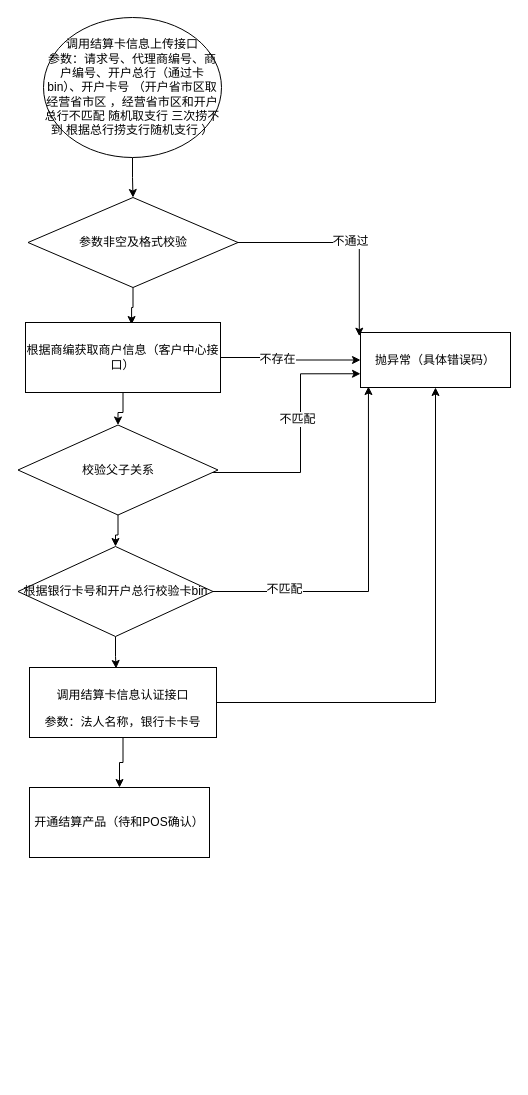
Before: 提交结算卡信息开通结算.drawio in cp0802/drawioRep, a draw.io diagram. Source tidied: cells renumbered, new cells numbered last; positions are measured from the earlier drawing's top-left corner, leaving out a move shared by most shapes. Both pictures are drawn from the tidied source at 100%, with x=0, y=0 at pixel (18, 17).
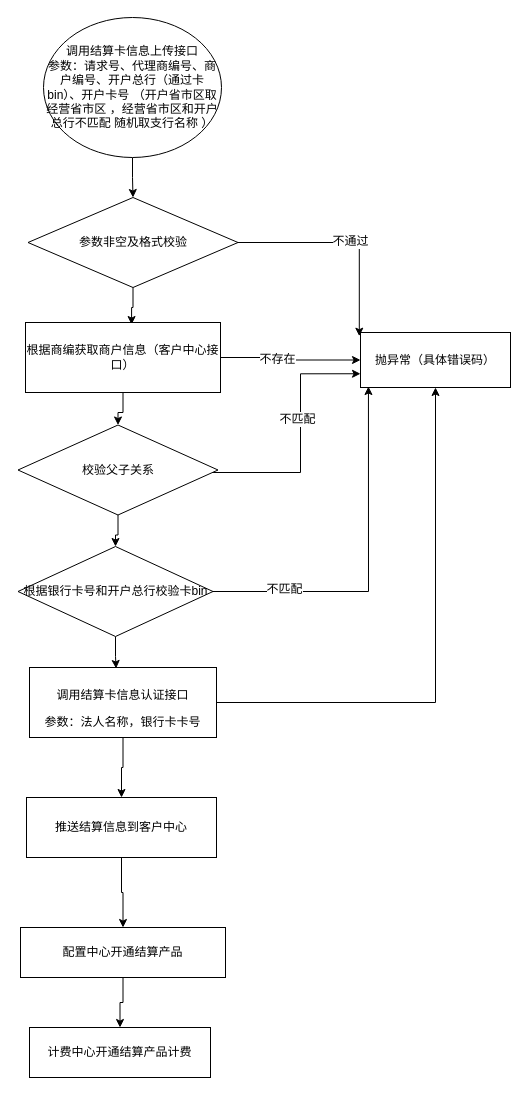
The same diagram, later.

Commit message:
Update 提交结算卡信息开通结算.drawio

Unchanged cells that the change refers to:
```xml
<mxCell id="19" value="&lt;div id=&quot;u346&quot;&gt;&lt;div id=&quot;u347&quot;&gt;&lt;p&gt;调用结算卡信息认证接口&lt;/p&gt;&lt;/div&gt;&lt;/div&gt;参数：法人名称，银行卡卡号&lt;br&gt;" style="rounded=0;whiteSpace=wrap;html=1;" parent="1" vertex="1">
  <mxGeometry x="11" y="650" width="187" height="70" as="geometry" />
</mxCell>
```

The edit, as a diff of the source:
```diff
@@
-    <mxCell id="3" value="&lt;span&gt;调用结算卡信息上传接口&lt;br&gt;参数：&lt;/span&gt;&lt;span&gt;请求号、代理商编号、商户编号、开户总行（通过卡bin）、开户卡号 （开户省市区取经营省市区 ，经营省市区和开户总行不匹配 随机取支行 三次捞不到 根据总行捞支行随机支行 ）&lt;/span&gt;&lt;span&gt;&lt;br&gt;&lt;/span&gt;" style="ellipse;whiteSpace=wrap;html=1;" parent="1" vertex="1">
+    <mxCell id="3" value="&lt;span&gt;调用结算卡信息上传接口&lt;br&gt;参数：&lt;/span&gt;&lt;span&gt;请求号、代理商编号、商户编号、开户总行（通过卡bin）、开户卡号 （开户省市区取经营省市区 ，经营省市区和开户总行不匹配 随机取支行名称 ）&lt;/span&gt;&lt;span&gt;&lt;br&gt;&lt;/span&gt;" style="ellipse;whiteSpace=wrap;html=1;" parent="1" vertex="1">
       <mxGeometry x="25" width="178" height="140" as="geometry" />
     </mxCell>
@@
-    <mxCell id="18" style="edgeStyle=orthogonalEdgeStyle;rounded=0;jettySize=auto;html=1;entryX=0.5;entryY=0;entryDx=0;entryDy=0;" parent="1" edge="1" source="19" target="24">
-      <mxGeometry relative="1" as="geometry" />
-    </mxCell>
+    <mxCell id="25" style="edgeStyle=orthogonalEdgeStyle;rounded=0;jettySize=auto;html=1;" parent="1" edge="1" source="19" target="27">
+      <mxGeometry relative="1" as="geometry" />
+    </mxCell>
@@
-    <mxCell id="24" value="开通结算产品（待和POS确认）" style="rounded=0;whiteSpace=wrap;html=1;" parent="1" vertex="1">
-      <mxGeometry x="11" y="770" width="180" height="70" as="geometry" />
-    </mxCell>
+    <mxCell id="26" style="edgeStyle=orthogonalEdgeStyle;rounded=0;jettySize=auto;html=1;" parent="1" edge="1" source="27" target="29">
+      <mxGeometry relative="1" as="geometry" />
+    </mxCell>
+    <mxCell id="27" value="推送结算信息到客户中心" style="rounded=0;whiteSpace=wrap;html=1;" parent="1" vertex="1">
+      <mxGeometry x="8" y="780" width="190" height="60" as="geometry" />
+    </mxCell>
+    <mxCell id="28" style="edgeStyle=orthogonalEdgeStyle;rounded=0;jettySize=auto;html=1;entryX=0.5;entryY=0;entryDx=0;entryDy=0;" parent="1" edge="1" source="29" target="30">
+      <mxGeometry relative="1" as="geometry" />
+    </mxCell>
+    <mxCell id="29" value="配置中心开通结算产品" style="rounded=0;whiteSpace=wrap;html=1;" parent="1" vertex="1">
+      <mxGeometry x="2" y="910" width="205" height="50" as="geometry" />
+    </mxCell>
+    <mxCell id="30" value="计费中心开通结算产品计费" style="rounded=0;whiteSpace=wrap;html=1;" parent="1" vertex="1">
+      <mxGeometry x="11" y="1010" width="181" height="50" as="geometry" />
+    </mxCell>
```
